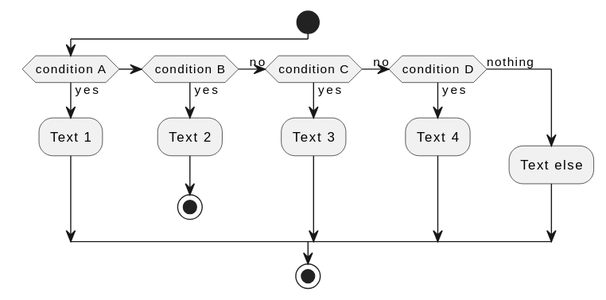
This is doc/program_flow.svg from innovasoft-org/libmqttcli, a PlantUML export, as it was before one commit.
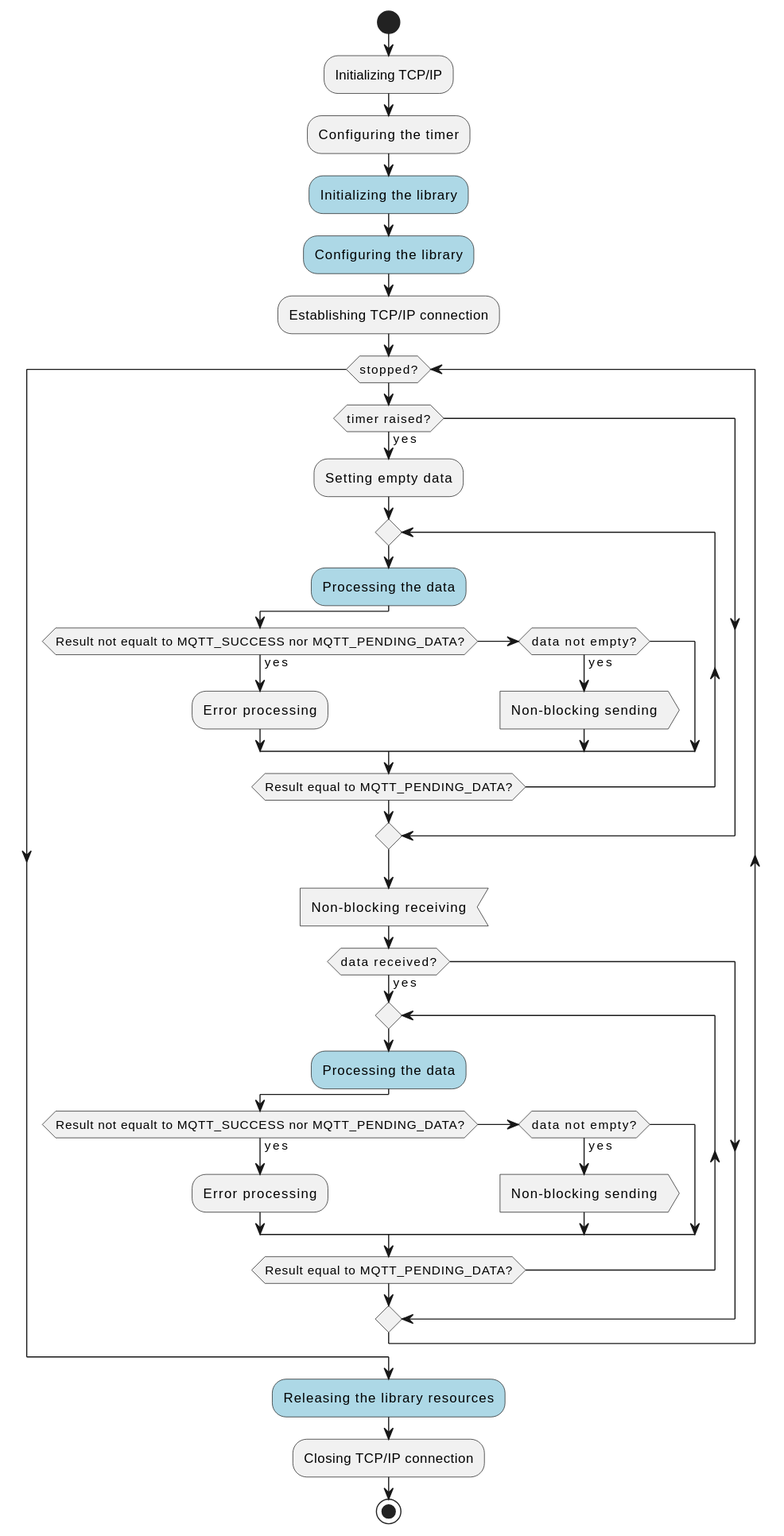
The same file after the commit.

Change to the diagram source:
```diff
@@ -1,16 +1,46 @@
 @startuml
+!pragma useVerticalIf off
 start
-if (condition A) then (yes)
-  :Text 1;
-elseif (condition B) then (yes)
-  :Text 2;
-  stop
-(no) elseif (condition C) then (yes)
-  :Text 3;
-(no) elseif (condition D) then (yes)
-  :Text 4;
-else (nothing)
-  :Text else;
+:Initializing TCP/IP;
+
+:Configuring the timer;
+
+#lightblue:Initializing the library;
+
+#lightblue:Configuring the library;
+
+:Establishing TCP/IP connection;
+
+while(stopped?)
+if(timer raised?) then (yes)
+  :Setting empty data;
+  repeat
+    #lightblue:Processing the data;
+    if(Result not equalt to MQTT_SUCCESS nor MQTT_PENDING_DATA?) then (yes)
+      :Error processing;
+    else if(data not empty?) then (yes)
+      :Non-blocking sending;<<Output>>
+    endif
+  repeat while(Result equal to MQTT_PENDING_DATA?)
 endif
+
+:Non-blocking receiving; <<Input>>
+
+if(data received?) then (yes)
+  repeat
+    #lightblue:Processing the data;
+    if(Result not equalt to MQTT_SUCCESS nor MQTT_PENDING_DATA?) then (yes)
+      :Error processing;
+    else if(data not empty?) then (yes)
+      :Non-blocking sending;<<Output>>
+    endif
+  repeat while(Result equal to MQTT_PENDING_DATA?)
+endif
+endwhile
+
+#lightblue:Releasing the library resources;
+
+:Closing TCP/IP connection;
+
 stop
 @enduml
```
